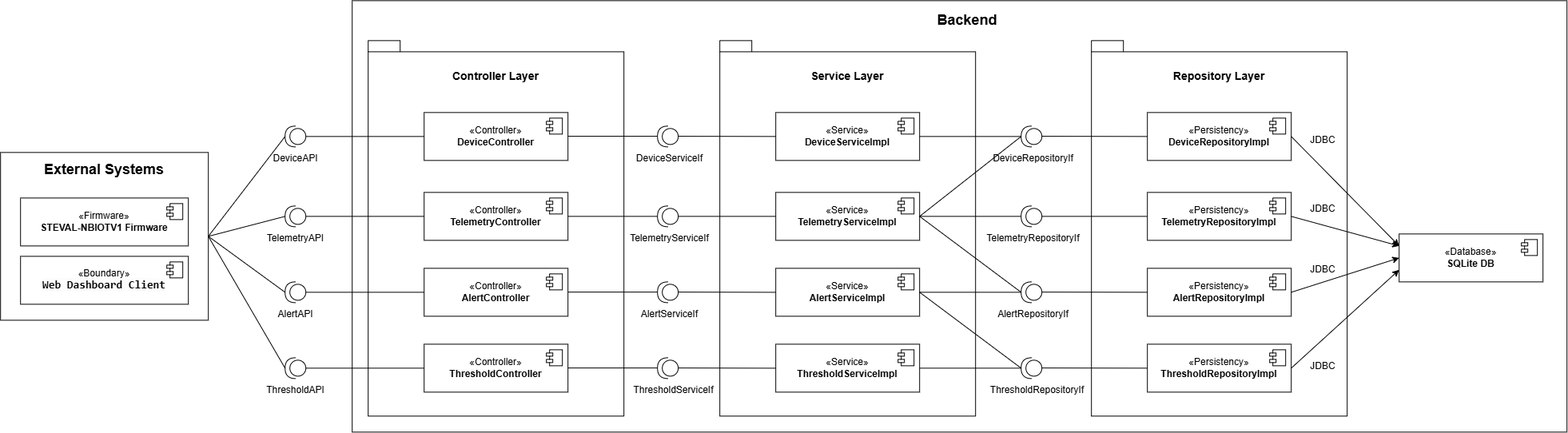
Earlier version of the draw.io export Iterazione1/ComponentDiagram_v0.png (rob-bra/iot-sys). Source tidied: cells renumbered, new cells last; positions are measured from the earlier drawing's top-left corner, leaving out a move shared by most shapes.
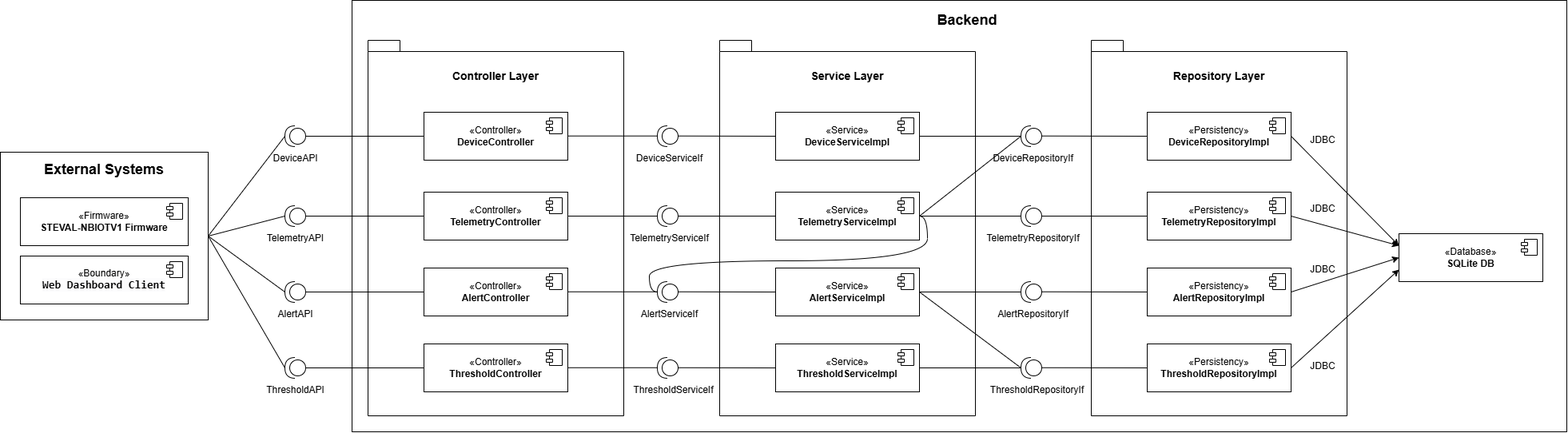
The same file after the commit.

Change to the diagram source:
```diff
@@ -241,7 +241,7 @@
     <mxCell id="65" style="endArrow=none;html=1;rounded=0;entryX=1;entryY=0.5;entryDx=0;entryDy=0;entryPerimeter=0;exitX=1;exitY=0.5;exitDx=0;exitDy=0;" parent="1" edge="1" source="14" target="53">
       <mxGeometry relative="1" as="geometry" />
     </mxCell>
-    <mxCell id="66" style="endArrow=none;html=1;rounded=0;entryX=1;entryY=0.5;entryDx=0;entryDy=0;entryPerimeter=0;exitX=1;exitY=0.5;exitDx=0;exitDy=0;" parent="1" edge="1" source="14" target="61">
+    <mxCell id="66" style="endArrow=none;html=1;rounded=0;entryX=1;entryY=0.5;entryDx=0;entryDy=0;entryPerimeter=0;exitX=1;exitY=0.5;exitDx=0;exitDy=0;edgeStyle=orthogonalEdgeStyle;curved=1;" parent="1" edge="1" source="14" target="45">
       <mxGeometry relative="1" as="geometry" />
     </mxCell>
     <mxCell id="67" style="endArrow=none;html=1;rounded=0;entryX=1;entryY=0.5;entryDx=0;entryDy=0;entryPerimeter=0;exitX=1;exitY=0.5;exitDx=0;exitDy=0;" parent="1" edge="1" source="20" target="57">
```
